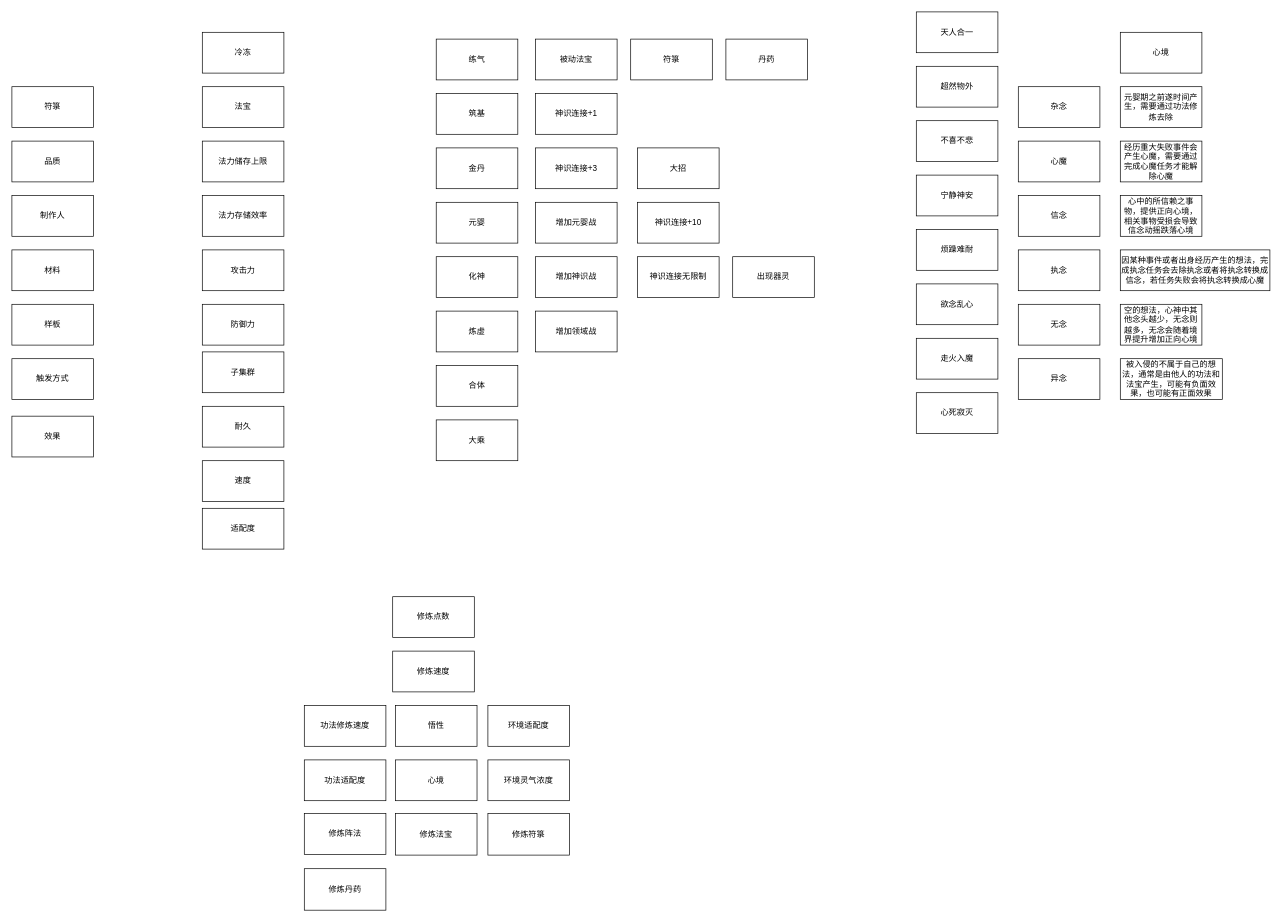
The draw.io diagram page "境界、法宝属性" (5 of 8) of 流程图/蟋蟀玩法分析.drawio in Karmel5950/NoteBook, before the edit. Source tidied: cells renumbered, new cells numbered last; positions are measured from the earlier drawing's top-left corner, leaving out a move shared by most shapes. Both pictures are drawn from the tidied source at 68%, with x=0, y=0 at pixel (12, 12).
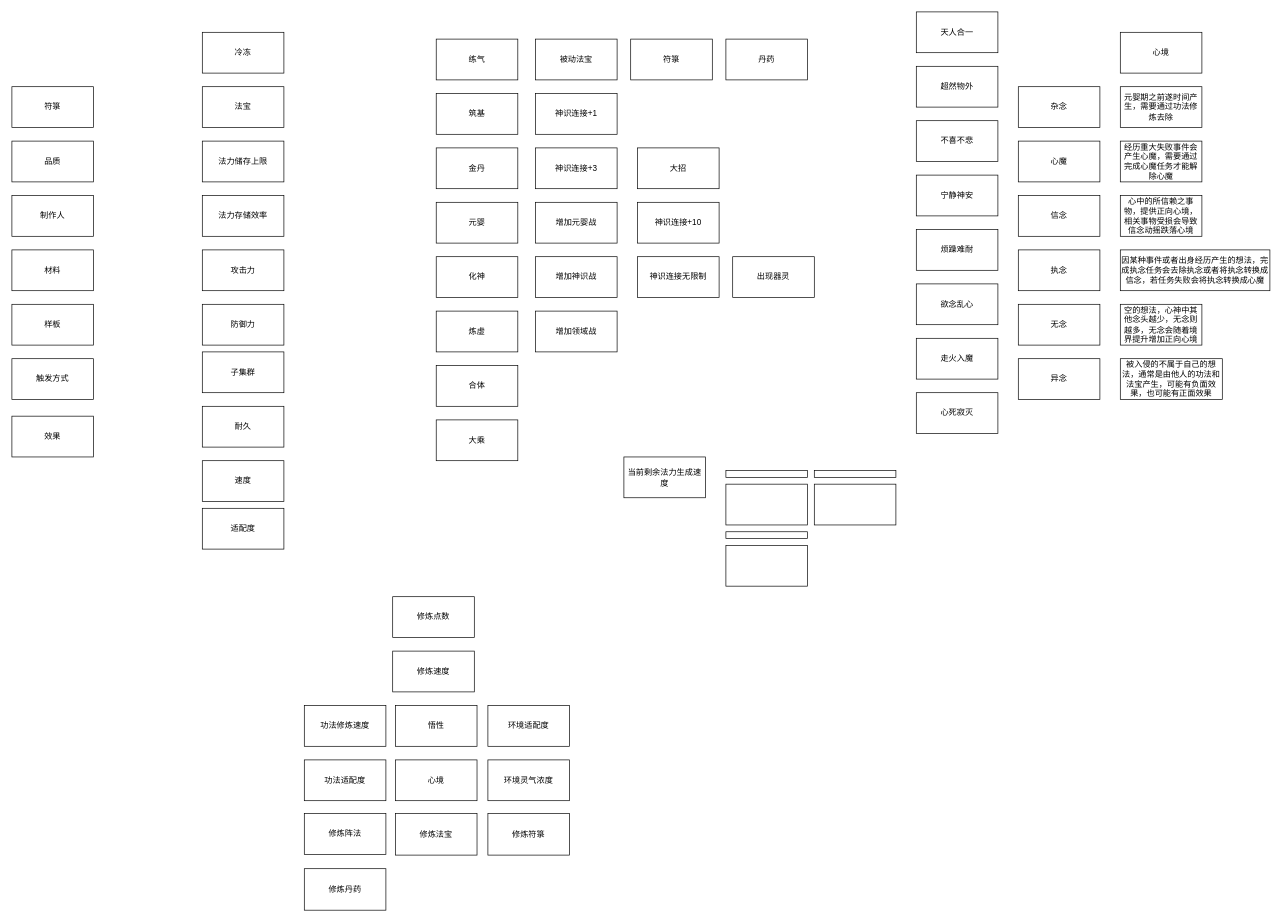
Above is the later version.

Change to the diagram source:
```diff
@@
+    <mxCell id="72" style="rounded=0;whiteSpace=wrap;html=1;" parent="1" vertex="1">
+      <mxGeometry x="1050" y="694.5" width="120" height="60" as="geometry" />
+    </mxCell>
+    <mxCell id="73" style="rounded=0;whiteSpace=wrap;html=1;" parent="1" vertex="1">
+      <mxGeometry x="1050" y="784.5" width="120" height="60" as="geometry" />
+    </mxCell>
+    <mxCell id="74" style="rounded=0;whiteSpace=wrap;html=1;" parent="1" vertex="1">
+      <mxGeometry x="1180" y="694.5" width="120" height="60" as="geometry" />
+    </mxCell>
+    <mxCell id="75" value="当前剩余法力生成速度" style="rounded=0;whiteSpace=wrap;html=1;" parent="1" vertex="1">
+      <mxGeometry x="900" y="654.5" width="120" height="60" as="geometry" />
+    </mxCell>
+    <mxCell id="76" style="rounded=0;whiteSpace=wrap;html=1;" parent="1" vertex="1">
+      <mxGeometry x="1050" y="674.5" width="120" height="10" as="geometry" />
+    </mxCell>
+    <mxCell id="77" style="rounded=0;whiteSpace=wrap;html=1;" parent="1" vertex="1">
+      <mxGeometry x="1180" y="674.5" width="120" height="10" as="geometry" />
+    </mxCell>
+    <mxCell id="78" style="rounded=0;whiteSpace=wrap;html=1;" parent="1" vertex="1">
+      <mxGeometry x="1050" y="764.5" width="120" height="10" as="geometry" />
+    </mxCell>
```
